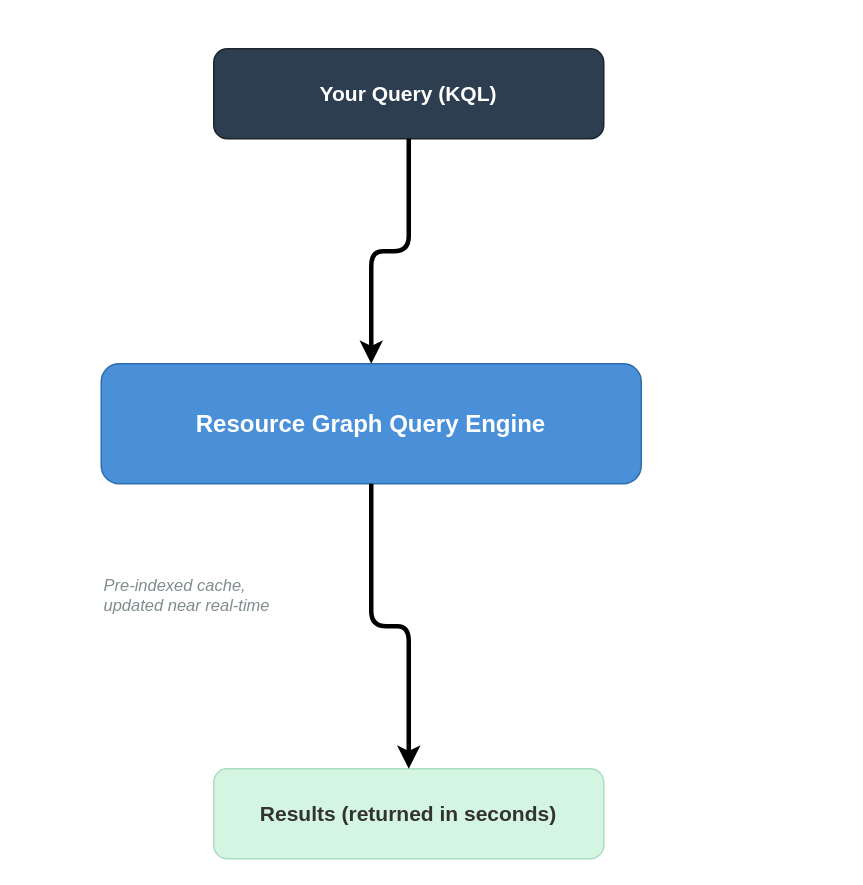
Earlier version of the draw.io diagram images/resource-graph-engine.drawio (ricmmartins/azure-governance-made-simple). Source tidied: cells renumbered, new cells numbered last; positions are measured from the earlier drawing's top-left corner, leaving out a move shared by most shapes. Both pictures are drawn from the tidied source at 150%, with x=0, y=0 at pixel (100, 48).
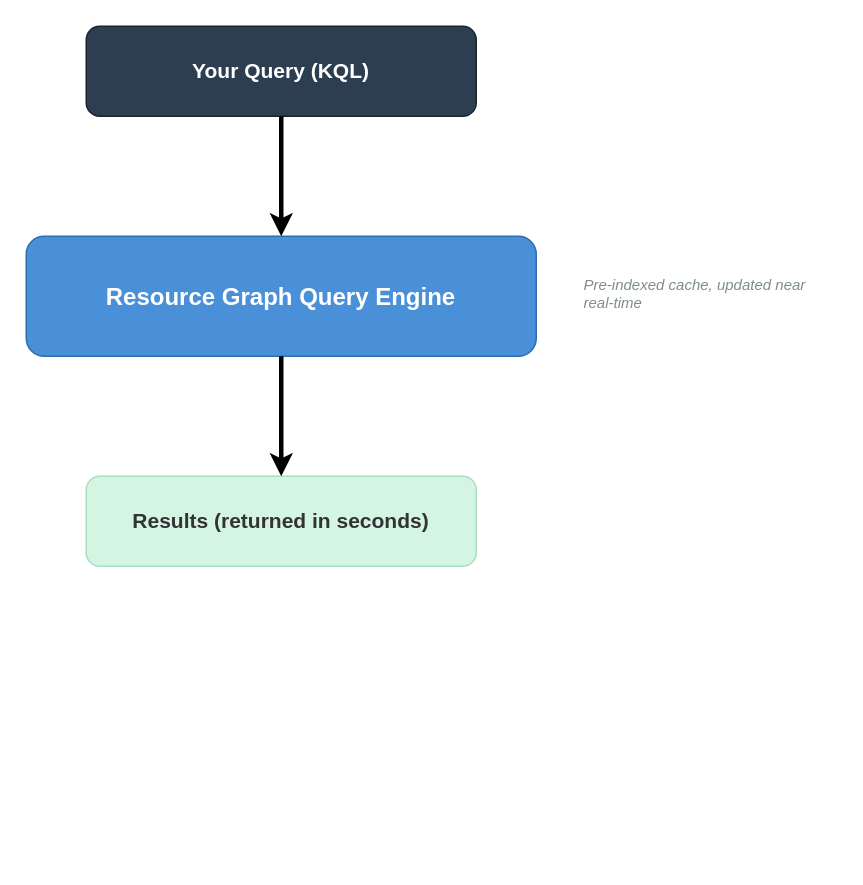
The same diagram, later.

The edit, as a diff of the source:
```diff
@@
 <mxGraphModel>
   <root>
     <mxCell id="0" />
     <mxCell id="1" parent="0" />
     <mxCell id="2" value="Your Query (KQL)" style="rounded=1;whiteSpace=wrap;fillColor=#2C3E50;fontColor=#FFFFFF;strokeColor=#1A252F;fontSize=14;fontStyle=1;" parent="1" vertex="1">
-      <mxGeometry x="75" width="260" height="60" as="geometry" />
+      <mxGeometry x="-10" y="-15" width="260" height="60" as="geometry" />
     </mxCell>
     <mxCell id="3" value="Resource Graph Query Engine" style="rounded=1;whiteSpace=wrap;fillColor=#4A90D9;fontColor=#FFFFFF;strokeColor=#2C6FAC;fontSize=16;fontStyle=1;" parent="1" vertex="1">
-      <mxGeometry y="210" width="360" height="80" as="geometry" />
+      <mxGeometry x="-50" y="125" width="340" height="80" as="geometry" />
     </mxCell>
+    <mxCell id="5" value="Results (returned in seconds)" style="rounded=1;whiteSpace=wrap;fillColor=#D5F5E3;fontColor=#333333;strokeColor=#A9DFBF;fontSize=14;fontStyle=1;" parent="1" vertex="1">
+      <mxGeometry x="-10" y="285" width="260" height="60" as="geometry" />
+    </mxCell>
-    <mxCell id="4" value="Pre-indexed cache,&lt;br&gt;updated near real-time" style="text;whiteSpace=wrap;fillColor=none;fontColor=#7F8C8D;fontSize=11;fontStyle=2;align=left;html=1;" parent="1" vertex="1">
-      <mxGeometry y="345" width="200" height="40" as="geometry" />
+    <mxCell id="4" value="Pre-indexed cache, updated near real-time" style="text;whiteSpace=wrap;fillColor=none;fontColor=#7F8C8D;fontSize=10;fontStyle=2;align=left;" parent="1" vertex="1">
+      <mxGeometry x="320" y="145" width="170" height="40" as="geometry" />
     </mxCell>
-    <mxCell id="5" value="Results (returned in seconds)" style="rounded=1;whiteSpace=wrap;fillColor=#D5F5E3;fontColor=#333333;strokeColor=#A9DFBF;fontSize=14;fontStyle=1;" parent="1" vertex="1">
-      <mxGeometry x="75" y="480" width="260" height="60" as="geometry" />
-    </mxCell>
     <mxCell id="6" style="edgeStyle=orthogonalEdgeStyle;rounded=1;strokeWidth=3;exitX=0.5;exitY=1;exitDx=0;exitDy=0;entryX=0.5;entryY=0;entryDx=0;entryDy=0;" parent="1" edge="1" source="2" target="3">
       <mxGeometry relative="1" as="geometry" />
     </mxCell>
     <mxCell id="7" style="edgeStyle=orthogonalEdgeStyle;rounded=1;strokeWidth=3;exitX=0.5;exitY=1;exitDx=0;exitDy=0;entryX=0.5;entryY=0;entryDx=0;entryDy=0;" parent="1" edge="1" source="3" target="5">
       <mxGeometry relative="1" as="geometry" />
     </mxCell>
   </root>
 </mxGraphModel>
```
